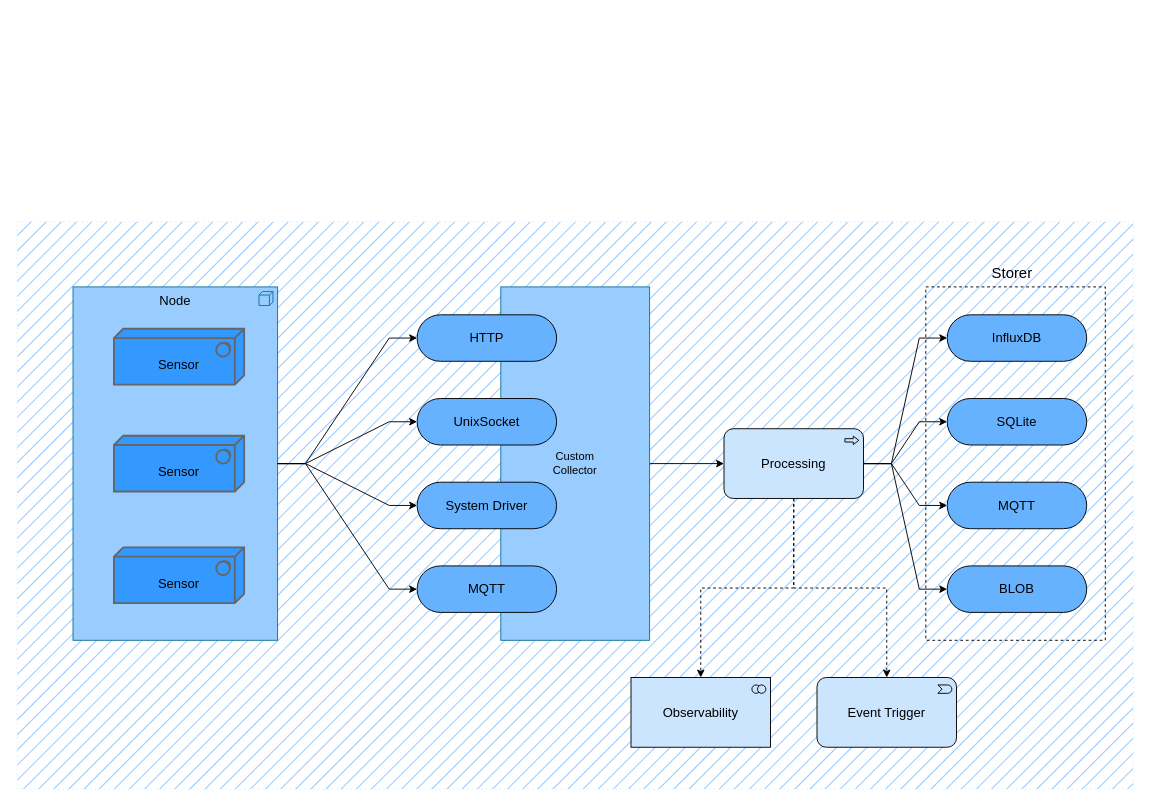
KiraraLab/SnowbankCP keeps this draw.io diagram as material/project_struct.drawio. Above is the earlier version. Source tidied: cells renumbered, new cells numbered last; positions are measured from the earlier drawing's top-left corner, leaving out a move shared by most shapes. Both pictures are drawn from the tidied source at 93%, with x=0, y=0 at pixel (17, 221).
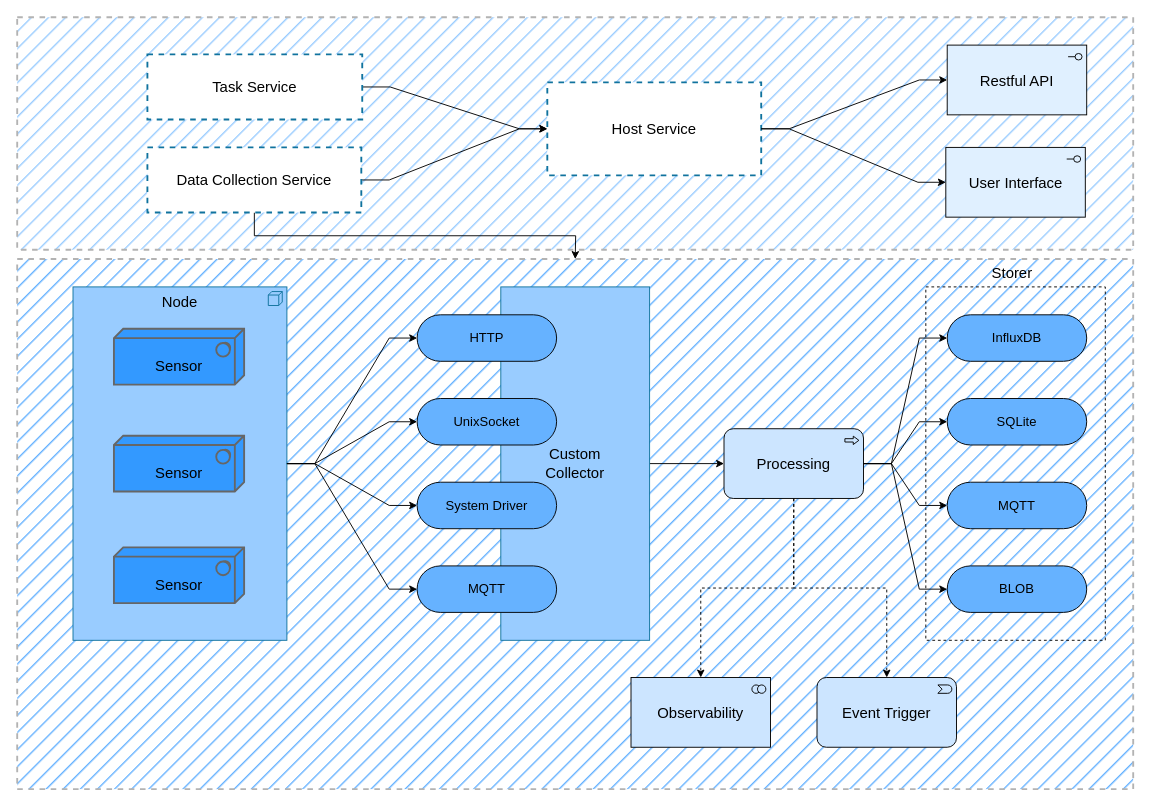
The same page after the edit.

Change to the diagram source:
```diff
@@
+    <mxCell id="32" style="rounded=0;whiteSpace=wrap;html=1;fillColor=#99CCFF;dashed=1;strokeColor=#B3B3B3;fillStyle=hatch;strokeWidth=2;" parent="1" vertex="1">
+      <mxGeometry y="-220" width="1200" height="250" as="geometry" />
+    </mxCell>
-    <mxCell id="2" style="rounded=0;whiteSpace=wrap;html=1;fillColor=#66B2FF;dashed=1;dashPattern=1 4;strokeColor=#CCE5FF;fillStyle=hatch;" parent="1" vertex="1">
-      <mxGeometry width="1200" height="610" as="geometry" />
+    <mxCell id="2" style="rounded=0;whiteSpace=wrap;html=1;fillColor=#66B2FF;strokeColor=#B3B3B3;fillStyle=hatch;strokeWidth=2;dashed=1;" parent="1" vertex="1">
+      <mxGeometry y="40" width="1200" height="570" as="geometry" />
     </mxCell>
@@
-    <mxCell id="5" value="Node" style="html=1;whiteSpace=wrap;fillColor=#99CCFF;shape=mxgraph.archimate3.application;appType=node;archiType=square;fontSize=14;verticalAlign=top;strokeColor=#10739e;" parent="1" vertex="1">
-      <mxGeometry x="60" y="70" width="220" height="380" as="geometry" />
+    <mxCell id="5" value="Node" style="html=1;whiteSpace=wrap;fillColor=#99CCFF;shape=mxgraph.archimate3.application;appType=node;archiType=square;fontSize=16;verticalAlign=top;strokeColor=#10739e;" parent="1" vertex="1">
+      <mxGeometry x="60" y="70" width="230" height="380" as="geometry" />
     </mxCell>
-    <mxCell id="6" value="&lt;div&gt;&lt;br&gt;&lt;/div&gt;&lt;div&gt;Sensor&lt;/div&gt;" style="html=1;whiteSpace=wrap;fillColor=#3399FF;shape=mxgraph.archimate3.tech;techType=sysSw;fontSize=14;strokeColor=#666666;strokeWidth=2;" parent="1" vertex="1">
+    <mxCell id="6" value="&lt;div style=&quot;font-size: 16px;&quot;&gt;&lt;br style=&quot;font-size: 16px;&quot;&gt;&lt;/div&gt;&lt;div style=&quot;font-size: 16px;&quot;&gt;Sensor&lt;/div&gt;" style="html=1;whiteSpace=wrap;fillColor=#3399FF;shape=mxgraph.archimate3.tech;techType=sysSw;fontSize=16;strokeColor=#666666;strokeWidth=2;" parent="1" vertex="1">
       <mxGeometry x="104" y="115" width="140" height="60" as="geometry" />
     </mxCell>
-    <mxCell id="7" value="&lt;br&gt;&lt;div&gt;Sensor&lt;/div&gt;" style="html=1;whiteSpace=wrap;fillColor=#3399FF;shape=mxgraph.archimate3.tech;techType=sysSw;fontSize=14;strokeColor=#666666;strokeWidth=2;" parent="1" vertex="1">
+    <mxCell id="7" value="&lt;br style=&quot;font-size: 16px;&quot;&gt;&lt;div style=&quot;font-size: 16px;&quot;&gt;Sensor&lt;/div&gt;" style="html=1;whiteSpace=wrap;fillColor=#3399FF;shape=mxgraph.archimate3.tech;techType=sysSw;fontSize=16;strokeColor=#666666;strokeWidth=2;" parent="1" vertex="1">
       <mxGeometry x="104" y="230" width="140" height="60" as="geometry" />
     </mxCell>
-    <mxCell id="8" value="Ob&lt;span style=&quot;background-color: initial;&quot;&gt;servability&lt;/span&gt;" style="html=1;whiteSpace=wrap;fillColor=#CCE5FF;shape=mxgraph.archimate3.application;appType=collab;archiType=square;fontSize=14;" parent="1" vertex="1">
+    <mxCell id="8" value="Ob&lt;span style=&quot;background-color: initial; font-size: 16px;&quot;&gt;servability&lt;/span&gt;" style="html=1;whiteSpace=wrap;fillColor=#CCE5FF;shape=mxgraph.archimate3.application;appType=collab;archiType=square;fontSize=16;" parent="1" vertex="1">
       <mxGeometry x="660" y="490" width="150" height="75" as="geometry" />
     </mxCell>
-    <mxCell id="9" value="Event Trigger" style="html=1;whiteSpace=wrap;fillColor=#CCE5FF;shape=mxgraph.archimate3.application;appType=event;archiType=rounded;fontSize=14;" parent="1" vertex="1">
+    <mxCell id="9" value="Event Trigger" style="html=1;whiteSpace=wrap;fillColor=#CCE5FF;shape=mxgraph.archimate3.application;appType=event;archiType=rounded;fontSize=16;" parent="1" vertex="1">
       <mxGeometry x="860" y="490" width="150" height="75" as="geometry" />
     </mxCell>
@@
-    <mxCell id="11" value="Processing" style="html=1;whiteSpace=wrap;fillColor=#CCE5FF;shape=mxgraph.archimate3.application;appType=proc;archiType=rounded;fontSize=14;" parent="1" vertex="1">
+    <mxCell id="11" value="Processing" style="html=1;whiteSpace=wrap;fillColor=#CCE5FF;shape=mxgraph.archimate3.application;appType=proc;archiType=rounded;fontSize=16;" parent="1" vertex="1">
       <mxGeometry x="760" y="222.5" width="150" height="75" as="geometry" />
     </mxCell>
-    <mxCell id="12" value="&lt;br&gt;&lt;div&gt;Sensor&lt;/div&gt;" style="html=1;whiteSpace=wrap;fillColor=#3399FF;shape=mxgraph.archimate3.tech;techType=sysSw;fontSize=14;strokeColor=#666666;strokeWidth=2;" parent="1" vertex="1">
+    <mxCell id="12" value="&lt;br style=&quot;font-size: 16px;&quot;&gt;&lt;div style=&quot;font-size: 16px;&quot;&gt;Sensor&lt;/div&gt;" style="html=1;whiteSpace=wrap;fillColor=#3399FF;shape=mxgraph.archimate3.tech;techType=sysSw;fontSize=16;strokeColor=#666666;strokeWidth=2;" parent="1" vertex="1">
       <mxGeometry x="104" y="350" width="140" height="60" as="geometry" />
     </mxCell>
@@
-    <mxCell id="14" value="&lt;div&gt;Custom&lt;/div&gt;Collector" style="rounded=0;whiteSpace=wrap;html=1;fillColor=#99ccff;strokeColor=#10739e;" parent="1" vertex="1">
+    <mxCell id="14" value="&lt;div style=&quot;font-size: 16px;&quot;&gt;Custom&lt;/div&gt;Collector" style="rounded=0;whiteSpace=wrap;html=1;fillColor=#99ccff;strokeColor=#10739e;fontSize=16;" parent="1" vertex="1">
       <mxGeometry x="520" y="70" width="160" height="380" as="geometry" />
     </mxCell>
@@
+    <mxCell id="33" value="User Interface" style="html=1;outlineConnect=0;whiteSpace=wrap;fillColor=#E0F0FF;shape=mxgraph.archimate3.application;appType=interface;archiType=square;fontSize=16;" parent="1" vertex="1">
+      <mxGeometry x="998.5" y="-80" width="150" height="75" as="geometry" />
+    </mxCell>
+    <mxCell id="34" value="Restful API" style="html=1;outlineConnect=0;whiteSpace=wrap;fillColor=#E0F0FF;shape=mxgraph.archimate3.application;appType=interface;archiType=square;fontSize=16;" parent="1" vertex="1">
+      <mxGeometry x="1000" y="-190" width="150" height="75" as="geometry" />
+    </mxCell>
+    <mxCell id="35" style="edgeStyle=orthogonalEdgeStyle;rounded=0;jettySize=auto;html=1;exitX=0.5;exitY=1;exitDx=0;exitDy=0;" parent="1" edge="1" source="37">
+      <mxGeometry relative="1" as="geometry">
+        <mxPoint x="600" y="40" as="targetPoint" />
+      </mxGeometry>
+    </mxCell>
+    <mxCell id="36" style="edgeStyle=entityRelationEdgeStyle;rounded=0;jettySize=auto;html=1;exitX=1;exitY=0.5;exitDx=0;exitDy=0;entryX=0;entryY=0.5;entryDx=0;entryDy=0;" parent="1" edge="1" source="37" target="40">
+      <mxGeometry relative="1" as="geometry" />
+    </mxCell>
+    <mxCell id="37" value="Data Collection Service&lt;div style=&quot;font-size: 16px;&quot;&gt;&lt;/div&gt;" style="rounded=0;whiteSpace=wrap;html=1;fillColor=#FFFFFF;strokeColor=#10739e;fontSize=16;strokeWidth=2;dashed=1;" parent="1" vertex="1">
+      <mxGeometry x="140" y="-80" width="230" height="70" as="geometry" />
+    </mxCell>
+    <mxCell id="38" style="edgeStyle=entityRelationEdgeStyle;rounded=0;jettySize=auto;html=1;exitX=1;exitY=0.5;exitDx=0;exitDy=0;entryX=0;entryY=0.5;entryDx=0;entryDy=0;" parent="1" edge="1" source="39" target="40">
+      <mxGeometry relative="1" as="geometry" />
+    </mxCell>
+    <mxCell id="39" value="Task Service&lt;div style=&quot;font-size: 16px;&quot;&gt;&lt;/div&gt;" style="rounded=0;whiteSpace=wrap;html=1;fillColor=#FFFFFF;strokeColor=#10739e;fontSize=16;strokeWidth=2;dashed=1;" parent="1" vertex="1">
+      <mxGeometry x="140" y="-180" width="231" height="70" as="geometry" />
+    </mxCell>
+    <mxCell id="40" value="Host Service&lt;div style=&quot;font-size: 16px;&quot;&gt;&lt;/div&gt;" style="rounded=0;whiteSpace=wrap;html=1;fillColor=#FFFFFF;strokeColor=#10739e;fontSize=16;strokeWidth=2;dashed=1;" parent="1" vertex="1">
+      <mxGeometry x="570" y="-150" width="230" height="100" as="geometry" />
+    </mxCell>
+    <mxCell id="41" style="edgeStyle=entityRelationEdgeStyle;rounded=0;jettySize=auto;html=1;exitX=1;exitY=0.5;exitDx=0;exitDy=0;entryX=0;entryY=0.5;entryDx=0;entryDy=0;entryPerimeter=0;" parent="1" edge="1" source="40" target="34">
+      <mxGeometry relative="1" as="geometry" />
+    </mxCell>
+    <mxCell id="42" style="edgeStyle=entityRelationEdgeStyle;rounded=0;jettySize=auto;html=1;exitX=1;exitY=0.5;exitDx=0;exitDy=0;entryX=0;entryY=0.5;entryDx=0;entryDy=0;entryPerimeter=0;" parent="1" edge="1" source="40" target="33">
+      <mxGeometry relative="1" as="geometry" />
+    </mxCell>
```
